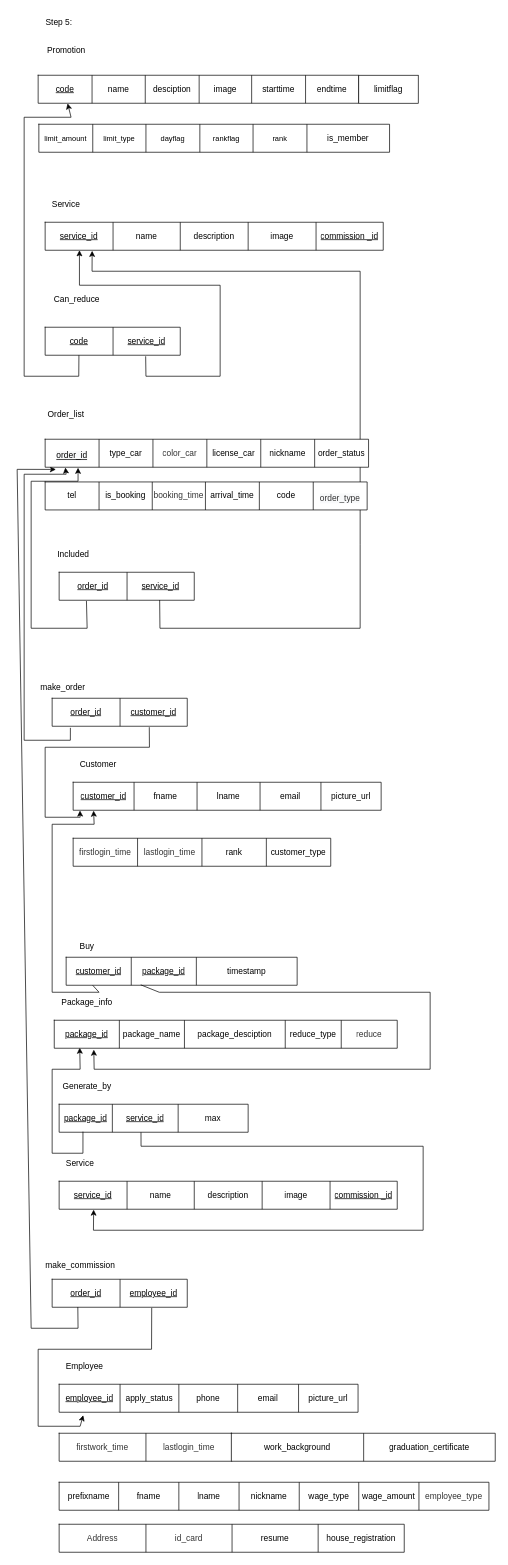
Above: page "Step_P3" (4 of 7) of carcare.drawio in jarawin/carcare (draw.io), before the change. Source tidied: cells renumbered, new cells numbered last; positions are measured from the earlier drawing's top-left corner, leaving out a move shared by most shapes. Both pictures are drawn from the tidied source at 70%, with x=0, y=0 at pixel (17, 12).
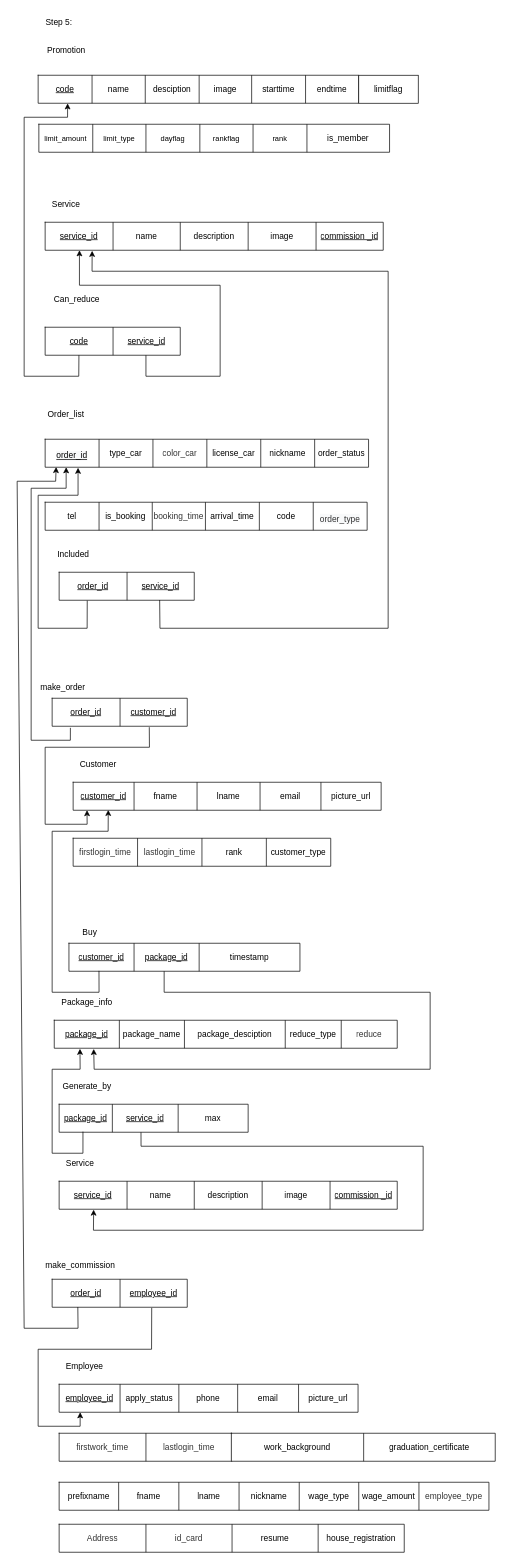
After the change.

The change refers to these unchanged cells:
```xml
<mxCell id="6" style="shape=tableRow;horizontal=0;startSize=0;swimlaneHead=0;swimlaneBody=0;top=0;left=0;bottom=0;right=0;fillColor=none;points=[[0,0.5],[1,0.5]];portConstraint=eastwest;strokeColor=default;fontFamily=Helvetica;fontSize=12;fontColor=default;html=1;" parent="5" vertex="1">
  <mxGeometry width="483" height="40" as="geometry" />
</mxCell>
<mxCell id="13" style="shape=table;startSize=0;childLayout=tableLayout;strokeColor=default;fontFamily=Helvetica;fontSize=12;fontColor=default;fillColor=default;html=1;" parent="1" vertex="1">
  <mxGeometry x="40" y="450" width="193" height="40" as="geometry" />
</mxCell>
<mxCell id="14" style="shape=tableRow;horizontal=0;startSize=0;swimlaneHead=0;swimlaneBody=0;top=0;left=0;bottom=0;right=0;fillColor=none;points=[[0,0.5],[1,0.5]];portConstraint=eastwest;strokeColor=default;fontFamily=Helvetica;fontSize=12;fontColor=default;html=1;" parent="13" vertex="1">
  <mxGeometry width="193" height="40" as="geometry" />
</mxCell>
<mxCell id="21" style="shape=tableRow;horizontal=0;startSize=0;swimlaneHead=0;swimlaneBody=0;top=0;left=0;bottom=0;right=0;fillColor=none;points=[[0,0.5],[1,0.5]];portConstraint=eastwest;strokeColor=default;fontFamily=Helvetica;fontSize=12;fontColor=default;html=1;" parent="20" vertex="1">
  <mxGeometry width="193" height="40" as="geometry" />
</mxCell>
<mxCell id="30" style="shape=tableRow;horizontal=0;startSize=0;swimlaneHead=0;swimlaneBody=0;top=0;left=0;bottom=0;right=0;fillColor=none;points=[[0,0.5],[1,0.5]];portConstraint=eastwest;strokeColor=default;fontFamily=Helvetica;fontSize=12;fontColor=default;html=1;" parent="29" vertex="1">
  <mxGeometry width="330" height="40" as="geometry" />
</mxCell>
<mxCell id="46" style="shape=tableRow;horizontal=0;startSize=0;swimlaneHead=0;swimlaneBody=0;top=0;left=0;bottom=0;right=0;fillColor=none;points=[[0,0.5],[1,0.5]];portConstraint=eastwest;strokeColor=default;fontFamily=Helvetica;fontSize=12;fontColor=default;html=1;" parent="45" vertex="1">
  <mxGeometry width="270" height="40" as="geometry" />
</mxCell>
<mxCell id="55" style="shape=tableRow;horizontal=0;startSize=0;swimlaneHead=0;swimlaneBody=0;top=0;left=0;bottom=0;right=0;fillColor=none;points=[[0,0.5],[1,0.5]];portConstraint=eastwest;strokeColor=default;fontFamily=Helvetica;fontSize=12;fontColor=default;html=1;" parent="54" vertex="1">
  <mxGeometry width="193" height="40" as="geometry" />
</mxCell>
<mxCell id="62" style="shape=tableRow;horizontal=0;startSize=0;swimlaneHead=0;swimlaneBody=0;top=0;left=0;bottom=0;right=0;fillColor=none;points=[[0,0.5],[1,0.5]];portConstraint=eastwest;strokeColor=default;fontFamily=Helvetica;fontSize=12;fontColor=default;html=1;" parent="61" vertex="1">
  <mxGeometry width="193" height="40" as="geometry" />
</mxCell>
<mxCell id="86" style="shape=tableRow;horizontal=0;startSize=0;swimlaneHead=0;swimlaneBody=0;top=0;left=0;bottom=0;right=0;fillColor=none;points=[[0,0.5],[1,0.5]];portConstraint=eastwest;strokeColor=default;fontFamily=Helvetica;fontSize=12;fontColor=default;html=1;" parent="85" vertex="1">
  <mxGeometry width="462" height="40" as="geometry" />
</mxCell>
<mxCell id="94" style="shape=tableRow;horizontal=0;startSize=0;swimlaneHead=0;swimlaneBody=0;top=0;left=0;bottom=0;right=0;fillColor=none;points=[[0,0.5],[1,0.5]];portConstraint=eastwest;strokeColor=default;fontFamily=Helvetica;fontSize=12;fontColor=default;html=1;" parent="93" vertex="1">
  <mxGeometry width="440" height="40" as="geometry" />
</mxCell>
<mxCell id="107" style="shape=tableRow;horizontal=0;startSize=0;swimlaneHead=0;swimlaneBody=0;top=0;left=0;bottom=0;right=0;fillColor=none;points=[[0,0.5],[1,0.5]];portConstraint=eastwest;strokeColor=default;fontFamily=Helvetica;fontSize=12;fontColor=default;html=1;" parent="106" vertex="1">
  <mxGeometry width="490" height="40" as="geometry" />
</mxCell>
```

Change to the diagram source:
```diff
@@
     <mxCell id="17" style="endArrow=classic;html=1;rounded=0;entryX=0.07;entryY=1.006;entryDx=0;entryDy=0;entryPerimeter=0;exitX=0.25;exitY=1;exitDx=0;exitDy=0;" parent="1" edge="1" source="13">
       <mxGeometry relative="1" as="geometry">
         <mxPoint x="72.1" y="130.2" as="targetPoint" />
         <Array as="points">
           <mxPoint x="88" y="520" />
           <mxPoint x="10" y="520" />
           <mxPoint x="10" y="150" />
-          <mxPoint x="77" y="150" />
+          <mxPoint x="72" y="150" />
         </Array>
       </mxGeometry>
     </mxCell>
-    <mxCell id="18" style="endArrow=classic;html=1;rounded=0;exitX=0.744;exitY=1.037;exitDx=0;exitDy=0;exitPerimeter=0;" parent="1" edge="1" source="14">
+    <mxCell id="18" style="endArrow=classic;html=1;rounded=0;" parent="1" edge="1">
       <mxGeometry relative="1" as="geometry">
+        <mxPoint x="184" y="490" as="sourcePoint" />
         <mxPoint x="89" y="340" as="targetPoint" />
         <Array as="points">
           <mxPoint x="184" y="520" />
           <mxPoint x="290" y="520" />
           <mxPoint x="290" y="390" />
           <mxPoint x="89" y="390" />
         </Array>
       </mxGeometry>
     </mxCell>
@@
-    <mxCell id="24" style="endArrow=classic;html=1;rounded=0;entryX=0.096;entryY=1.018;entryDx=0;entryDy=0;entryPerimeter=0;exitX=0.202;exitY=1.025;exitDx=0;exitDy=0;exitPerimeter=0;" parent="1" edge="1" source="21">
+    <mxCell id="24" style="endArrow=classic;html=1;rounded=0;entryX=0.096;entryY=1.018;entryDx=0;entryDy=0;entryPerimeter=0;exitX=0.208;exitY=1.012;exitDx=0;exitDy=0;exitPerimeter=0;" parent="1" edge="1" source="21">
       <mxGeometry relative="1" as="geometry">
         <mxPoint x="87" y="650.7" as="targetPoint" />
         <Array as="points">
           <mxPoint x="100" y="880" />
-          <mxPoint x="20" y="880" />
-          <mxPoint x="20" y="670" />
-          <mxPoint x="87" y="670" />
+          <mxPoint x="30" y="880" />
+          <mxPoint x="30" y="690" />
+          <mxPoint x="87" y="690" />
         </Array>
       </mxGeometry>
     </mxCell>
     <mxCell id="25" style="endArrow=classic;html=1;rounded=0;exitX=0.744;exitY=0.993;exitDx=0;exitDy=0;exitPerimeter=0;entryX=0.139;entryY=1.021;entryDx=0;entryDy=0;entryPerimeter=0;" parent="1" edge="1" source="21" target="6">
       <mxGeometry relative="1" as="geometry">
         <Array as="points">
           <mxPoint x="204" y="880" />
-          <mxPoint x="490" y="880" />
-          <mxPoint x="490" y="760" />
-          <mxPoint x="490" y="370" />
+          <mxPoint x="530" y="880" />
+          <mxPoint x="530" y="370" />
           <mxPoint x="107" y="370" />
         </Array>
       </mxGeometry>
     </mxCell>
@@
     <mxCell id="28" value="Buy" style="text;html=1;strokeColor=none;fillColor=none;align=center;verticalAlign=middle;whiteSpace=wrap;rounded=0;fontFamily=Helvetica;fontSize=12;fontColor=default;startSize=0;" parent="1" vertex="1">
-      <mxGeometry x="70" y="1320" width="60" height="30" as="geometry" />
+      <mxGeometry x="74" y="1300" width="60" height="30" as="geometry" />
     </mxCell>
     <mxCell id="29" style="shape=table;startSize=0;childLayout=tableLayout;strokeColor=default;fontFamily=Helvetica;fontSize=12;fontColor=default;fillColor=default;html=1;" parent="1" vertex="1">
-      <mxGeometry x="70" y="1350" width="330" height="40" as="geometry" />
+      <mxGeometry x="74" y="1330" width="330" height="40" as="geometry" />
     </mxCell>
@@
-    <mxCell id="34" style="endArrow=classic;html=1;rounded=0;exitX=0.115;exitY=1.002;exitDx=0;exitDy=0;exitPerimeter=0;entryX=0.075;entryY=1.015;entryDx=0;entryDy=0;entryPerimeter=0;" parent="1" edge="1" source="30">
+    <mxCell id="34" style="endArrow=classic;html=1;rounded=0;exitX=0.13;exitY=0.986;exitDx=0;exitDy=0;exitPerimeter=0;entryX=0.114;entryY=0.988;entryDx=0;entryDy=0;entryPerimeter=0;" parent="1" edge="1" source="30" target="94">
       <mxGeometry relative="1" as="geometry">
-        <mxPoint x="109.2" y="1140.6" as="targetPoint" />
         <Array as="points">
           <mxPoint x="117" y="1400" />
           <mxPoint x="50" y="1400" />
-          <mxPoint x="50" y="1160" />
-          <mxPoint x="110" y="1160" />
+          <mxPoint x="50" y="1170" />
+          <mxPoint x="130" y="1170" />
         </Array>
       </mxGeometry>
     </mxCell>
-    <mxCell id="35" style="endArrow=classic;html=1;rounded=0;exitX=0.323;exitY=0.985;exitDx=0;exitDy=0;exitPerimeter=0;entryX=0.101;entryY=1.05;entryDx=0;entryDy=0;entryPerimeter=0;" parent="1" edge="1" source="30">
+    <mxCell id="35" style="endArrow=classic;html=1;rounded=0;entryX=0.115;entryY=1.024;entryDx=0;entryDy=0;entryPerimeter=0;" parent="1" edge="1" target="107">
       <mxGeometry relative="1" as="geometry">
-        <mxPoint x="109.5" y="1482" as="targetPoint" />
+        <mxPoint x="210" y="1370" as="sourcePoint" />
         <Array as="points">
-          <mxPoint x="203" y="1400" />
+          <mxPoint x="210" y="1400" />
           <mxPoint x="590" y="1400" />
           <mxPoint x="590" y="1510" />
           <mxPoint x="110" y="1510" />
         </Array>
       </mxGeometry>
     </mxCell>
@@
-    <mxCell id="50" style="endArrow=classic;html=1;rounded=0;exitX=0.126;exitY=0.979;exitDx=0;exitDy=0;exitPerimeter=0;entryX=0.06;entryY=0.979;entryDx=0;entryDy=0;entryPerimeter=0;" parent="1" edge="1" source="46">
+    <mxCell id="50" style="endArrow=classic;html=1;rounded=0;exitX=0.126;exitY=0.979;exitDx=0;exitDy=0;exitPerimeter=0;entryX=0.075;entryY=1.019;entryDx=0;entryDy=0;entryPerimeter=0;" parent="1" edge="1" source="46" target="107">
       <mxGeometry relative="1" as="geometry">
-        <mxPoint x="89.4" y="1479.2" as="targetPoint" />
         <Array as="points">
           <mxPoint x="94" y="1630" />
           <mxPoint x="50" y="1630" />
           <mxPoint x="50" y="1510" />
           <mxPoint x="90" y="1510" />
         </Array>
       </mxGeometry>
     </mxCell>
@@
-    <mxCell id="58" style="endArrow=classic;html=1;rounded=0;exitX=0.135;exitY=1.057;exitDx=0;exitDy=0;exitPerimeter=0;entryX=0.049;entryY=1.011;entryDx=0;entryDy=0;entryPerimeter=0;" parent="1" edge="1" source="55">
+    <mxCell id="58" style="endArrow=classic;html=1;rounded=0;exitX=0.135;exitY=1.057;exitDx=0;exitDy=0;exitPerimeter=0;" parent="1" edge="1" source="55">
       <mxGeometry relative="1" as="geometry">
-        <mxPoint x="68.9" y="650.4" as="targetPoint" />
+        <mxPoint x="70" y="650" as="targetPoint" />
         <Array as="points">
           <mxPoint x="76" y="1040" />
-          <mxPoint x="10" y="1040" />
-          <mxPoint x="10" y="660" />
-          <mxPoint x="70" y="660" />
+          <mxPoint x="20" y="1040" />
+          <mxPoint x="20" y="680" />
+          <mxPoint x="70" y="680" />
         </Array>
       </mxGeometry>
     </mxCell>
-    <mxCell id="59" style="endArrow=classic;html=1;rounded=0;exitX=0.719;exitY=1.034;exitDx=0;exitDy=0;exitPerimeter=0;entryX=0.038;entryY=1.011;entryDx=0;entryDy=0;entryPerimeter=0;" parent="1" edge="1" source="55">
+    <mxCell id="59" style="endArrow=classic;html=1;rounded=0;exitX=0.719;exitY=1.034;exitDx=0;exitDy=0;exitPerimeter=0;entryX=0.045;entryY=0.996;entryDx=0;entryDy=0;entryPerimeter=0;" parent="1" edge="1" source="55" target="94">
       <mxGeometry relative="1" as="geometry">
-        <mxPoint x="89.8" y="1140.4" as="targetPoint" />
         <Array as="points">
           <mxPoint x="189" y="1050" />
           <mxPoint x="40" y="1050" />
-          <mxPoint x="40" y="1150" />
-          <mxPoint x="90" y="1150" />
+          <mxPoint x="40" y="1160" />
+          <mxPoint x="100" y="1160" />
         </Array>
       </mxGeometry>
     </mxCell>
@@
-    <mxCell id="66" style="endArrow=classic;html=1;rounded=0;exitX=0.737;exitY=1.022;exitDx=0;exitDy=0;exitPerimeter=0;entryX=0.074;entryY=0.981;entryDx=0;entryDy=0;entryPerimeter=0;" parent="1" edge="1" source="62">
+    <mxCell id="66" style="endArrow=classic;html=1;rounded=0;exitX=0.737;exitY=1.022;exitDx=0;exitDy=0;exitPerimeter=0;" parent="1" edge="1" source="62">
       <mxGeometry relative="1" as="geometry">
-        <mxPoint x="94.4" y="2004.2" as="targetPoint" />
+        <mxPoint x="90" y="2000" as="targetPoint" />
         <Array as="points">
           <mxPoint x="192" y="1910" />
           <mxPoint x="30" y="1910" />
           <mxPoint x="30" y="2020" />
           <mxPoint x="90" y="2020" />
         </Array>
       </mxGeometry>
     </mxCell>
-    <mxCell id="67" style="endArrow=classic;html=1;rounded=0;exitX=0.19;exitY=0.994;exitDx=0;exitDy=0;exitPerimeter=0;entryX=0.014;entryY=1.078;entryDx=0;entryDy=0;entryPerimeter=0;" parent="1" edge="1" source="62">
+    <mxCell id="67" style="endArrow=classic;html=1;rounded=0;exitX=0.19;exitY=0.994;exitDx=0;exitDy=0;exitPerimeter=0;entryX=0.034;entryY=0.992;entryDx=0;entryDy=0;entryPerimeter=0;" parent="1" edge="1" source="62" target="86">
       <mxGeometry relative="1" as="geometry">
-        <mxPoint x="55.4" y="653.1" as="targetPoint" />
         <Array as="points">
           <mxPoint x="87" y="1880" />
-          <mxPoint x="20" y="1880" />
-          <mxPoint y="653" />
+          <mxPoint x="10" y="1880" />
+          <mxPoint y="670" />
+          <mxPoint x="55" y="670" />
         </Array>
       </mxGeometry>
     </mxCell>
@@
     <mxCell id="77" style="shape=table;startSize=0;childLayout=tableLayout;strokeColor=default;fontFamily=Helvetica;fontSize=12;fontColor=default;fillColor=default;html=1;" parent="1" vertex="1">
-      <mxGeometry x="40" y="671" width="460" height="40" as="geometry" />
+      <mxGeometry x="40" y="700" width="460" height="40" as="geometry" />
     </mxCell>
```
